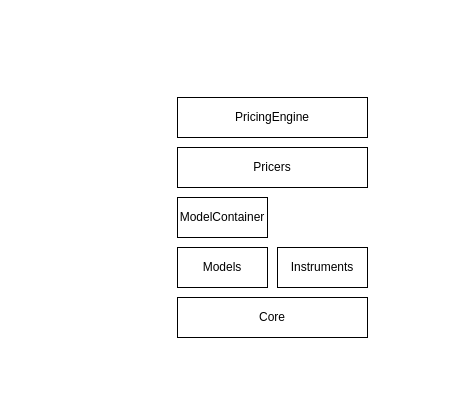
Above: svg/components.drawio in sdauby/credit-pricing (draw.io), before the change. Source tidied: cells renumbered, new cells numbered last; positions are measured from the earlier drawing's top-left corner, leaving out a move shared by most shapes. Both pictures are drawn from the tidied source at 100%, with x=0, y=0 at pixel (177, 97).
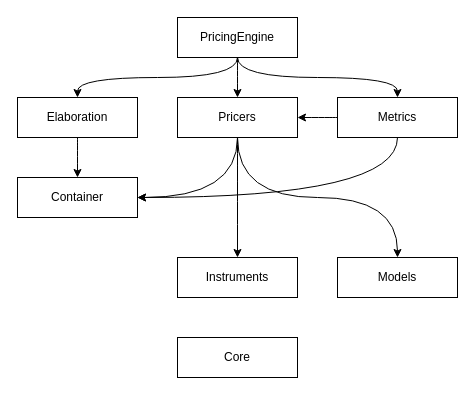
The same diagram, later.

The edit, as a diff of the source:
```diff
@@
-    <mxCell id="2" value="Core" style="rounded=0;whiteSpace=wrap;html=1;" parent="1" vertex="1">
-      <mxGeometry y="200" width="190" height="40" as="geometry" />
-    </mxCell>
     <mxCell id="3" value="Instruments" style="rounded=0;whiteSpace=wrap;html=1;" parent="1" vertex="1">
-      <mxGeometry x="100" y="150" width="90" height="40" as="geometry" />
+      <mxGeometry y="160" width="120" height="40" as="geometry" />
     </mxCell>
     <mxCell id="4" value="Models" style="rounded=0;whiteSpace=wrap;html=1;" parent="1" vertex="1">
-      <mxGeometry y="150" width="90" height="40" as="geometry" />
+      <mxGeometry x="160" y="160" width="120" height="40" as="geometry" />
     </mxCell>
-    <mxCell id="5" value="ModelContainer" style="rounded=0;whiteSpace=wrap;html=1;" parent="1" vertex="1">
-      <mxGeometry y="100" width="90" height="40" as="geometry" />
+    <mxCell id="5" value="Container" style="rounded=0;whiteSpace=wrap;html=1;" parent="1" vertex="1">
+      <mxGeometry x="-160" y="80" width="120" height="40" as="geometry" />
     </mxCell>
-    <mxCell id="6" value="Pricers" style="rounded=0;whiteSpace=wrap;html=1;" parent="1" vertex="1">
-      <mxGeometry y="50" width="190" height="40" as="geometry" />
-    </mxCell>
-    <mxCell id="7" value="PricingEngine" style="rounded=0;whiteSpace=wrap;html=1;" parent="1" vertex="1">
-      <mxGeometry width="190" height="40" as="geometry" />
-    </mxCell>
-    <mxCell id="8" style="edgeStyle=none;rounded=0;orthogonalLoop=1;jettySize=auto;html=1;exitX=1;exitY=0.5;exitDx=0;exitDy=0;" parent="1" edge="1" source="2" target="2">
-      <mxGeometry relative="1" as="geometry" />
+    <mxCell id="8" style="edgeStyle=none;rounded=0;orthogonalLoop=1;jettySize=auto;html=1;exitX=1;exitY=0.5;exitDx=0;exitDy=0;" parent="1" edge="1">
+      <mxGeometry relative="1" as="geometry">
+        <mxPoint x="190" y="220" as="sourcePoint" />
+        <mxPoint x="190" y="220" as="targetPoint" />
+      </mxGeometry>
     </mxCell>
-    <mxCell id="9" style="edgeStyle=none;rounded=0;orthogonalLoop=1;jettySize=auto;html=1;exitX=1;exitY=0;exitDx=0;exitDy=0;" parent="1" edge="1" source="2" target="2">
-      <mxGeometry relative="1" as="geometry" />
+    <mxCell id="9" style="edgeStyle=none;rounded=0;orthogonalLoop=1;jettySize=auto;html=1;exitX=1;exitY=0;exitDx=0;exitDy=0;" parent="1" edge="1">
+      <mxGeometry relative="1" as="geometry">
+        <mxPoint x="190" y="200" as="sourcePoint" />
+        <mxPoint x="190" y="200" as="targetPoint" />
+      </mxGeometry>
     </mxCell>
-    <mxCell id="10" style="edgeStyle=none;rounded=0;orthogonalLoop=1;jettySize=auto;html=1;exitX=0;exitY=0.5;exitDx=0;exitDy=0;" parent="1" edge="1" source="2" target="2">
-      <mxGeometry relative="1" as="geometry" />
+    <mxCell id="10" style="edgeStyle=none;rounded=0;orthogonalLoop=1;jettySize=auto;html=1;exitX=0;exitY=0.5;exitDx=0;exitDy=0;" parent="1" edge="1">
+      <mxGeometry relative="1" as="geometry">
+        <mxPoint y="220" as="sourcePoint" />
+        <mxPoint y="220" as="targetPoint" />
+      </mxGeometry>
     </mxCell>
-    <mxCell id="11" style="edgeStyle=none;rounded=0;orthogonalLoop=1;jettySize=auto;html=1;exitX=1;exitY=0.5;exitDx=0;exitDy=0;" parent="1" edge="1" source="2" target="2">
-      <mxGeometry relative="1" as="geometry" />
+    <mxCell id="11" style="edgeStyle=none;rounded=0;orthogonalLoop=1;jettySize=auto;html=1;exitX=1;exitY=0.5;exitDx=0;exitDy=0;" parent="1" edge="1">
+      <mxGeometry relative="1" as="geometry">
+        <mxPoint x="190" y="220" as="sourcePoint" />
+        <mxPoint x="190" y="220" as="targetPoint" />
+      </mxGeometry>
     </mxCell>
-    <mxCell id="12" style="edgeStyle=none;rounded=0;orthogonalLoop=1;jettySize=auto;html=1;exitX=1;exitY=0.5;exitDx=0;exitDy=0;" parent="1" edge="1" source="2" target="2">
-      <mxGeometry relative="1" as="geometry" />
+    <mxCell id="12" style="edgeStyle=none;rounded=0;orthogonalLoop=1;jettySize=auto;html=1;exitX=1;exitY=0.5;exitDx=0;exitDy=0;" parent="1" edge="1">
+      <mxGeometry relative="1" as="geometry">
+        <mxPoint x="190" y="220" as="sourcePoint" />
+        <mxPoint x="190" y="220" as="targetPoint" />
+      </mxGeometry>
     </mxCell>
-    <mxCell id="13" style="edgeStyle=none;rounded=0;orthogonalLoop=1;jettySize=auto;html=1;exitX=1;exitY=0.75;exitDx=0;exitDy=0;" parent="1" edge="1" source="2" target="2">
-      <mxGeometry relative="1" as="geometry" />
+    <mxCell id="13" style="edgeStyle=none;rounded=0;orthogonalLoop=1;jettySize=auto;html=1;exitX=1;exitY=0.75;exitDx=0;exitDy=0;" parent="1" edge="1">
+      <mxGeometry relative="1" as="geometry">
+        <mxPoint x="190" y="230" as="sourcePoint" />
+        <mxPoint x="190" y="230" as="targetPoint" />
+      </mxGeometry>
     </mxCell>
+    <mxCell id="14" style="edgeStyle=orthogonalEdgeStyle;curved=1;rounded=0;jettySize=auto;html=1;" parent="1" edge="1" source="15" target="5">
+      <mxGeometry relative="1" as="geometry" />
+    </mxCell>
+    <mxCell id="15" value="Elaboration" style="rounded=0;whiteSpace=wrap;html=1;" parent="1" vertex="1">
+      <mxGeometry x="-160" width="120" height="40" as="geometry" />
+    </mxCell>
+    <mxCell id="16" style="edgeStyle=orthogonalEdgeStyle;curved=1;rounded=0;jettySize=auto;html=1;" parent="1" edge="1" source="18" target="6">
+      <mxGeometry relative="1" as="geometry" />
+    </mxCell>
+    <mxCell id="17" style="edgeStyle=orthogonalEdgeStyle;curved=1;rounded=0;jettySize=auto;html=1;entryX=1;entryY=0.5;entryDx=0;entryDy=0;exitX=0.5;exitY=1;exitDx=0;exitDy=0;" parent="1" edge="1" source="18" target="5">
+      <mxGeometry relative="1" as="geometry" />
+    </mxCell>
+    <mxCell id="18" value="Metrics" style="rounded=0;whiteSpace=wrap;html=1;" parent="1" vertex="1">
+      <mxGeometry x="160" width="120" height="40" as="geometry" />
+    </mxCell>
+    <mxCell id="19" style="edgeStyle=orthogonalEdgeStyle;curved=1;rounded=0;jettySize=auto;html=1;" parent="1" edge="1" source="6" target="3">
+      <mxGeometry relative="1" as="geometry" />
+    </mxCell>
+    <mxCell id="20" style="edgeStyle=orthogonalEdgeStyle;curved=1;rounded=0;jettySize=auto;html=1;exitX=0.5;exitY=1;exitDx=0;exitDy=0;" parent="1" edge="1" source="6" target="4">
+      <mxGeometry relative="1" as="geometry" />
+    </mxCell>
+    <mxCell id="21" style="edgeStyle=orthogonalEdgeStyle;curved=1;rounded=0;jettySize=auto;html=1;entryX=1;entryY=0.5;entryDx=0;entryDy=0;exitX=0.5;exitY=1;exitDx=0;exitDy=0;" parent="1" edge="1" source="6" target="5">
+      <mxGeometry relative="1" as="geometry" />
+    </mxCell>
+    <mxCell id="6" value="Pricers" style="rounded=0;whiteSpace=wrap;html=1;" parent="1" vertex="1">
+      <mxGeometry width="120" height="40" as="geometry" />
+    </mxCell>
+    <mxCell id="22" style="edgeStyle=orthogonalEdgeStyle;rounded=0;jettySize=auto;html=1;entryX=0.5;entryY=0;entryDx=0;entryDy=0;curved=1;exitX=0.5;exitY=1;exitDx=0;exitDy=0;" parent="1" edge="1" source="7" target="18">
+      <mxGeometry relative="1" as="geometry" />
+    </mxCell>
+    <mxCell id="23" style="edgeStyle=orthogonalEdgeStyle;rounded=0;jettySize=auto;html=1;entryX=0.5;entryY=0;entryDx=0;entryDy=0;curved=1;" parent="1" edge="1" source="7" target="6">
+      <mxGeometry relative="1" as="geometry" />
+    </mxCell>
+    <mxCell id="24" style="edgeStyle=orthogonalEdgeStyle;rounded=0;jettySize=auto;html=1;curved=1;exitX=0.5;exitY=1;exitDx=0;exitDy=0;" parent="1" edge="1" source="7" target="15">
+      <mxGeometry relative="1" as="geometry" />
+    </mxCell>
+    <mxCell id="7" value="PricingEngine" style="rounded=0;whiteSpace=wrap;html=1;" parent="1" vertex="1">
+      <mxGeometry y="-80" width="120" height="40" as="geometry" />
+    </mxCell>
+    <mxCell id="2" value="Core" style="rounded=0;whiteSpace=wrap;html=1;" parent="1" vertex="1">
+      <mxGeometry y="240" width="120" height="40" as="geometry" />
+    </mxCell>
```
